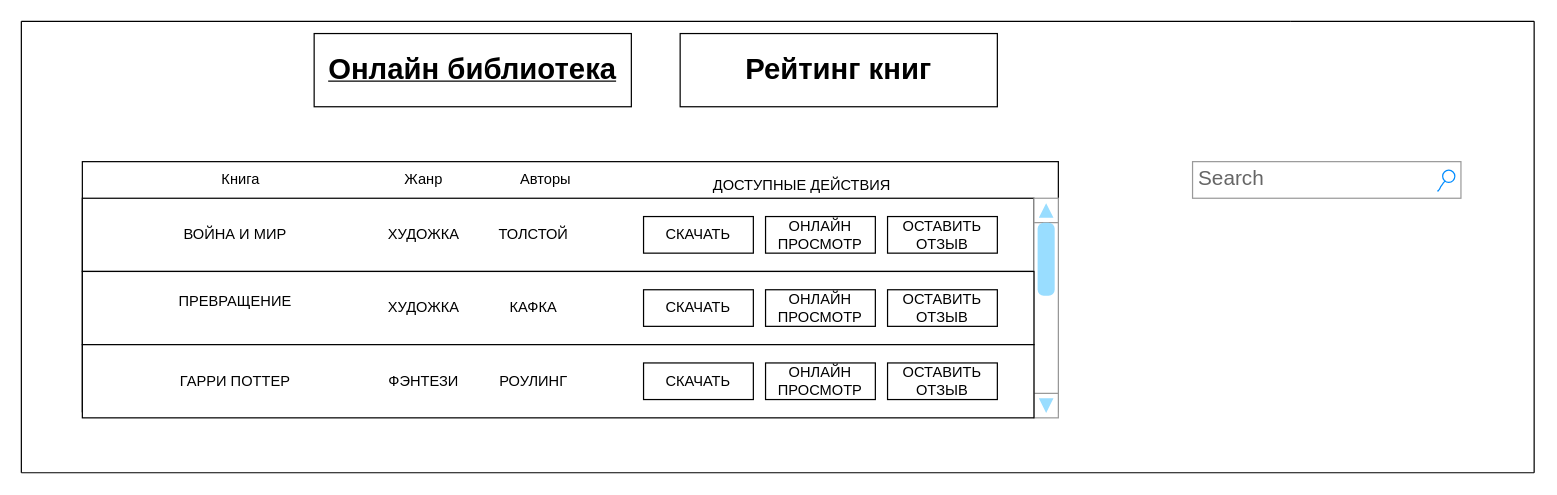
The draw.io diagram page "Page-1" (1 of 5) of source/mainPage.drawio in slavableat/TRITPO_LAB2, before the edit. Source tidied: cells renumbered, new cells numbered last; positions are measured from the earlier drawing's top-left corner, leaving out a move shared by most shapes. Both pictures are drawn from the tidied source at 122%, with x=0, y=0 at pixel (21, 21).
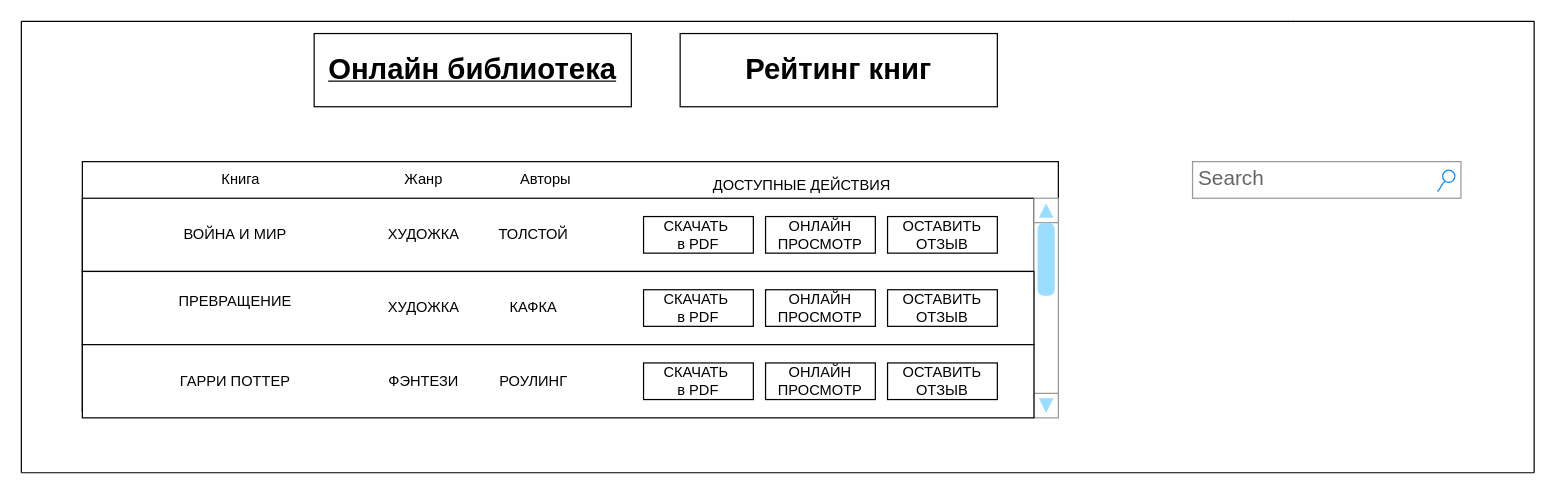
The same page after the edit.

Diff of the diagram source:
```diff
@@
-    <mxCell id="23" value="СКАЧАТЬ" style="rounded=0;whiteSpace=wrap;html=1;" parent="1" vertex="1">
+    <mxCell id="23" value="СКАЧАТЬ&amp;nbsp;&lt;br&gt;в PDF" style="rounded=0;whiteSpace=wrap;html=1;" parent="1" vertex="1">
       <mxGeometry x="510" y="160" width="90" height="30" as="geometry" />
     </mxCell>
@@
-    <mxCell id="26" value="СКАЧАТЬ" style="rounded=0;whiteSpace=wrap;html=1;" parent="1" vertex="1">
+    <mxCell id="26" value="СКАЧАТЬ&amp;nbsp;&lt;br&gt;в PDF" style="rounded=0;whiteSpace=wrap;html=1;" parent="1" vertex="1">
       <mxGeometry x="510" y="220" width="90" height="30" as="geometry" />
     </mxCell>
@@
-    <mxCell id="29" value="СКАЧАТЬ" style="rounded=0;whiteSpace=wrap;html=1;" parent="1" vertex="1">
+    <mxCell id="29" value="СКАЧАТЬ&amp;nbsp;&lt;br&gt;в PDF" style="rounded=0;whiteSpace=wrap;html=1;" parent="1" vertex="1">
       <mxGeometry x="510" y="280" width="90" height="30" as="geometry" />
     </mxCell>
```
